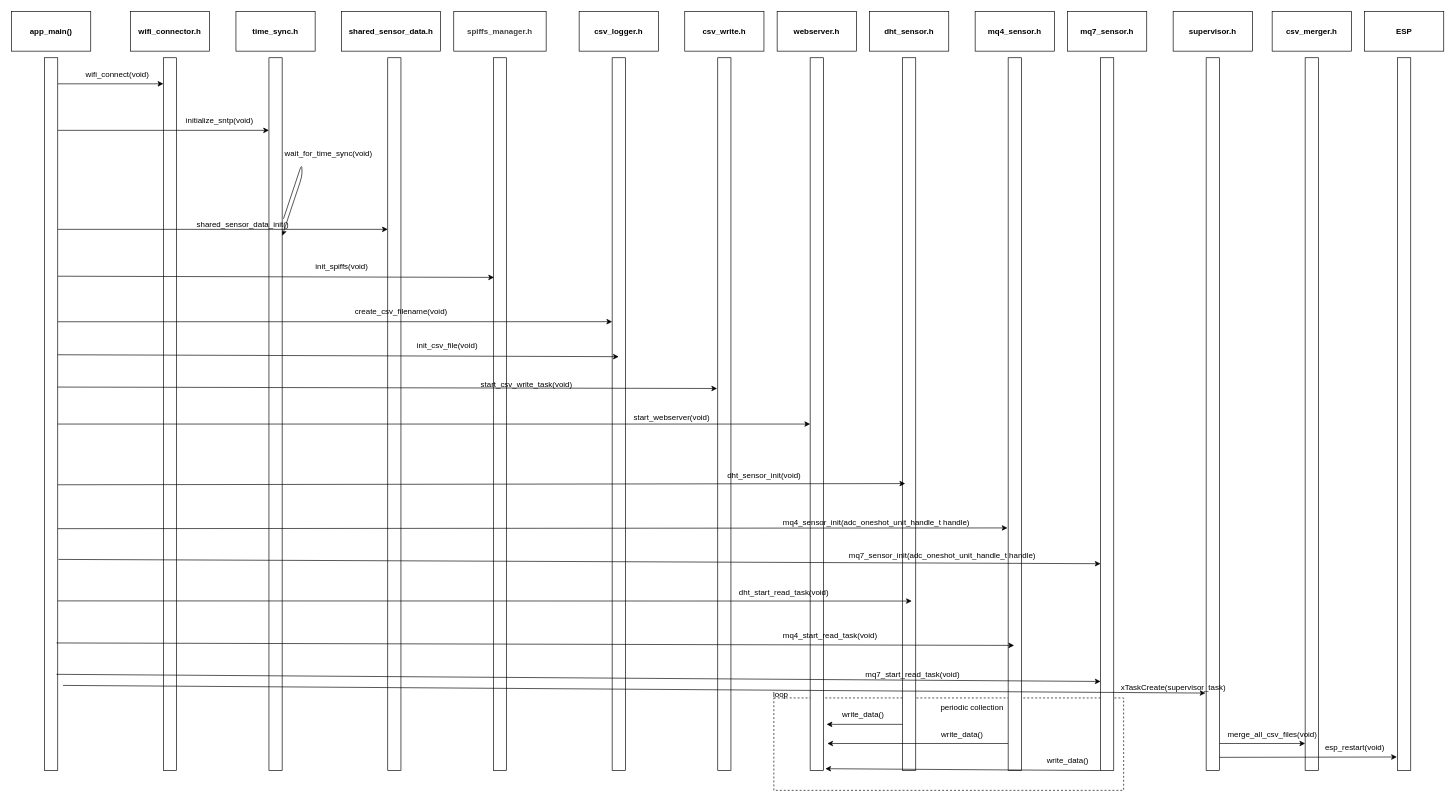
Above: diagrams/sequence.dio in kevin504-max/MLOps (draw.io), before the change. Source tidied: cells renumbered, new cells numbered last; positions are measured from the earlier drawing's top-left corner, leaving out a move shared by most shapes. Both pictures are drawn from the tidied source at 66%, with x=0, y=0 at pixel (11, 11).
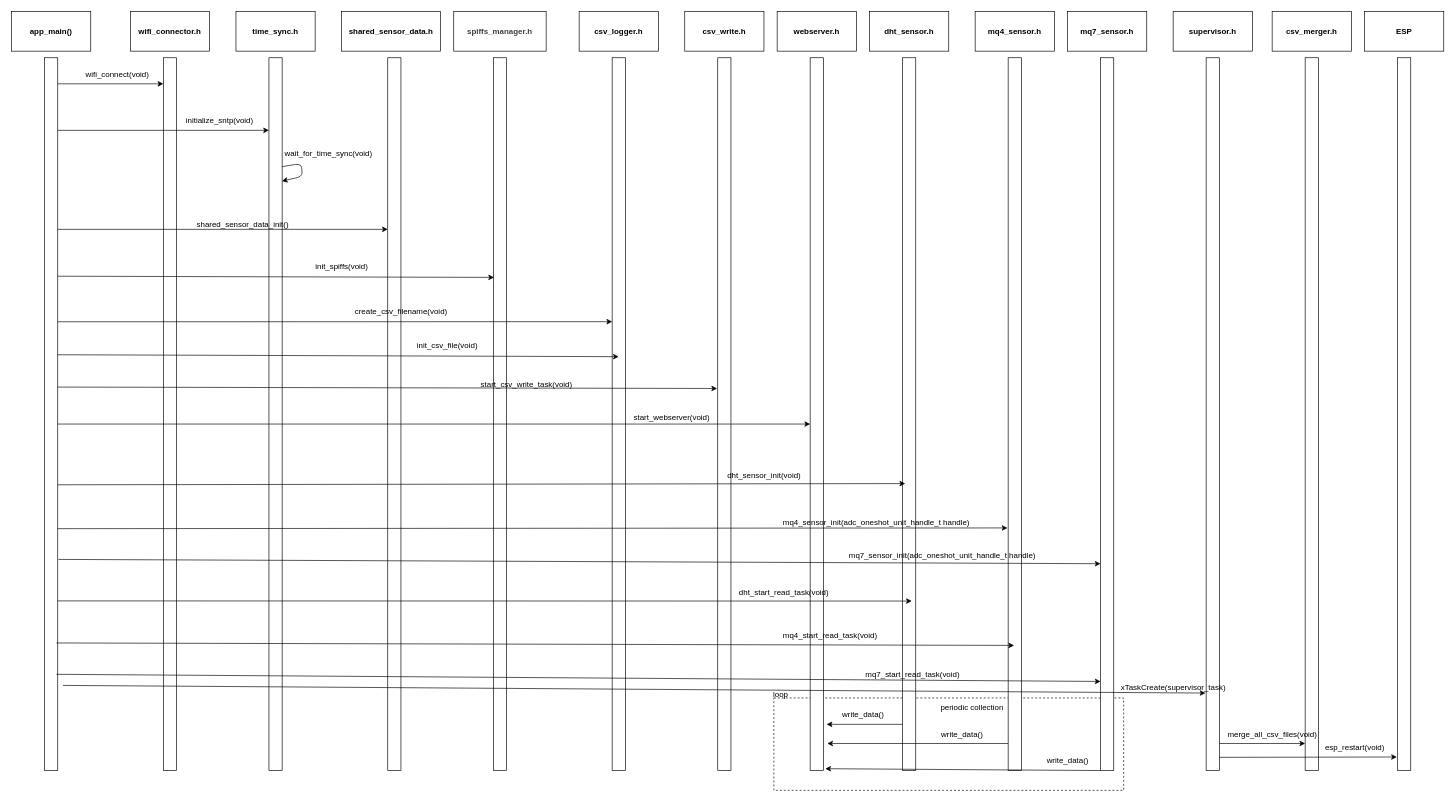
The same page after the edit.

The change refers to these unchanged cells:
```xml
<mxCell id="9" style="rounded=0;whiteSpace=wrap;html=1;fontStyle=1;" parent="1" vertex="1">
  <mxGeometry x="390" y="70" width="20" height="1080" as="geometry" />
</mxCell>
```

The edit, as a diff of the source:
```diff
@@
-    <mxCell id="8" style="edgeStyle=none;html=1;entryX=1;entryY=0.25;entryDx=0;entryDy=0;exitX=1.1;exitY=0.226;exitDx=0;exitDy=0;exitPerimeter=0;" parent="1" edge="1" source="9" target="9">
+    <mxCell id="8" style="edgeStyle=none;html=1;entryX=0.98;entryY=0.173;entryDx=0;entryDy=0;exitX=0.94;exitY=0.153;exitDx=0;exitDy=0;exitPerimeter=0;entryPerimeter=0;" parent="1" edge="1" source="9" target="9">
       <mxGeometry relative="1" as="geometry">
         <Array as="points">
           <mxPoint x="440" y="230" />
           <mxPoint x="440" y="250" />
         </Array>
       </mxGeometry>
     </mxCell>
```
